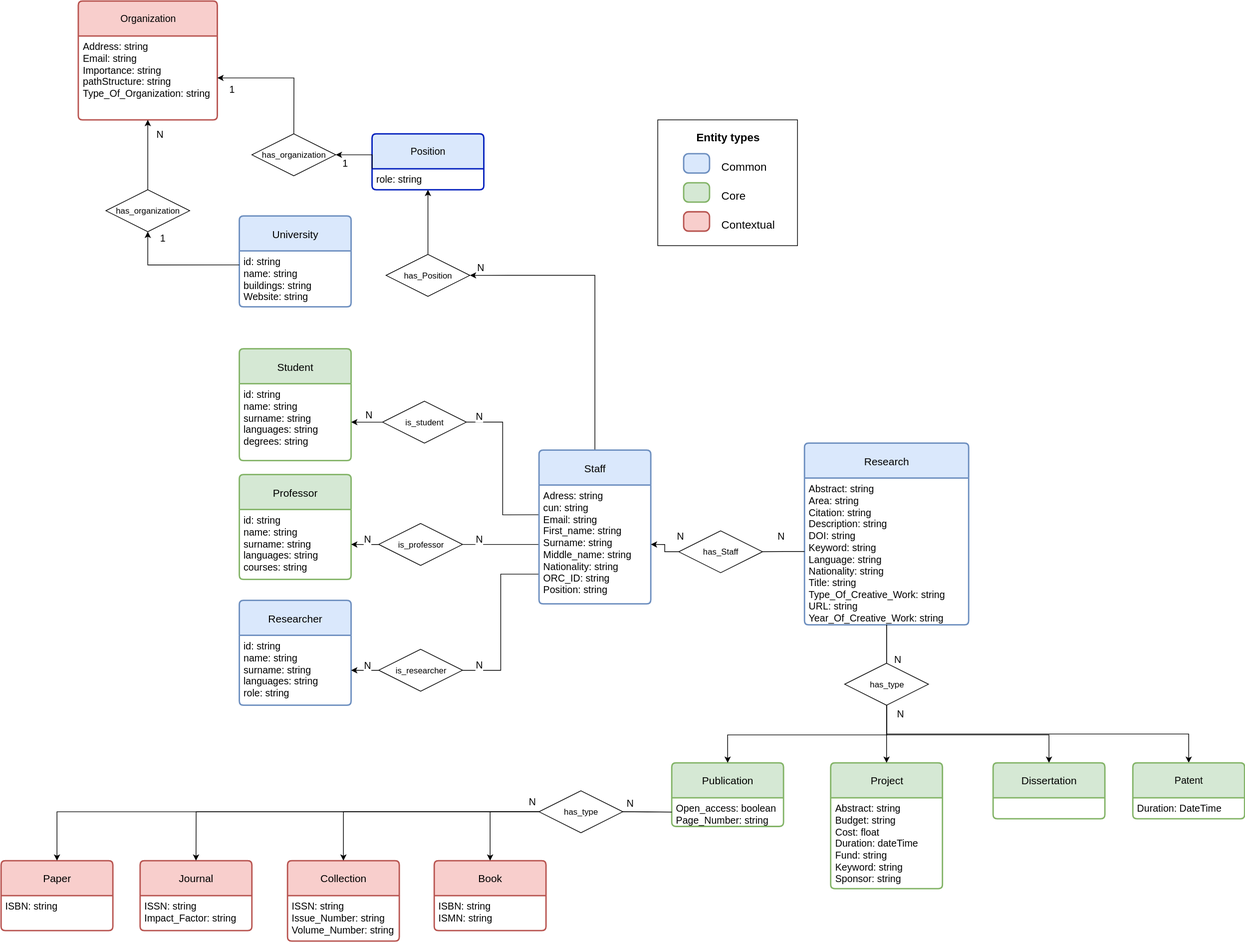
The draw.io diagram Phase 4 - Knowledge Definition/er_updated_protege.drawio.svg in GaiaPizzuti/KGE-project, before a commit. Source tidied: cells renumbered, new cells last; positions are measured from the earlier drawing's top-left corner, leaving out a move shared by most shapes.
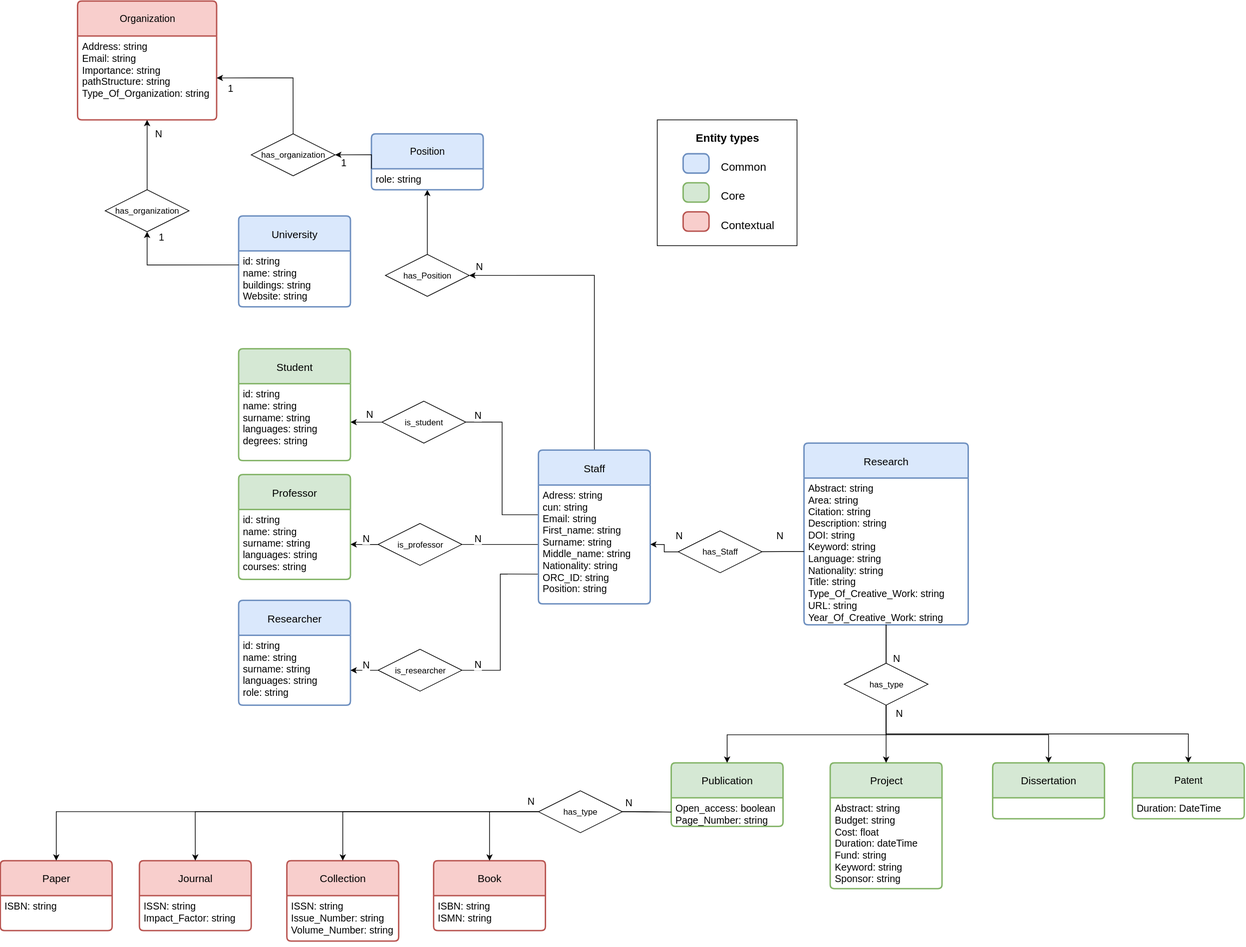
The same file after the commit.

The edit, as a diff of the source:
```diff
@@ -241,7 +241,7 @@
         <mxPoint x="1" y="50" as="offset" />
       </mxGeometry>
     </mxCell>
-    <mxCell id="71" value="Position" style="swimlane;horizontal=1;startSize=50;rounded=1;fontSize=14;fontStyle=0;strokeWidth=2;shadow=0;dashed=0;align=center;arcSize=4;whiteSpace=wrap;html=1;fillColor=light-dark(#DAE8FC,#1D293B);strokeColor=#001DBC;fontColor=light-dark(#000000,#FFFFFF);" parent="1" vertex="1">
+    <mxCell id="71" value="Position" style="swimlane;horizontal=1;startSize=50;rounded=1;fontSize=14;fontStyle=0;strokeWidth=2;shadow=0;dashed=0;align=center;arcSize=4;whiteSpace=wrap;html=1;fillColor=light-dark(#DAE8FC,#1D293B);strokeColor=#6C8EBF;fontColor=light-dark(#000000,#FFFFFF);" parent="1" vertex="1">
       <mxGeometry x="531" y="190" width="160" height="80" as="geometry" />
     </mxCell>
     <mxCell id="72" value="role: string" style="align=left;strokeColor=none;fillColor=none;spacingLeft=4;fontSize=14;verticalAlign=top;html=1;" parent="71" vertex="1">
```
